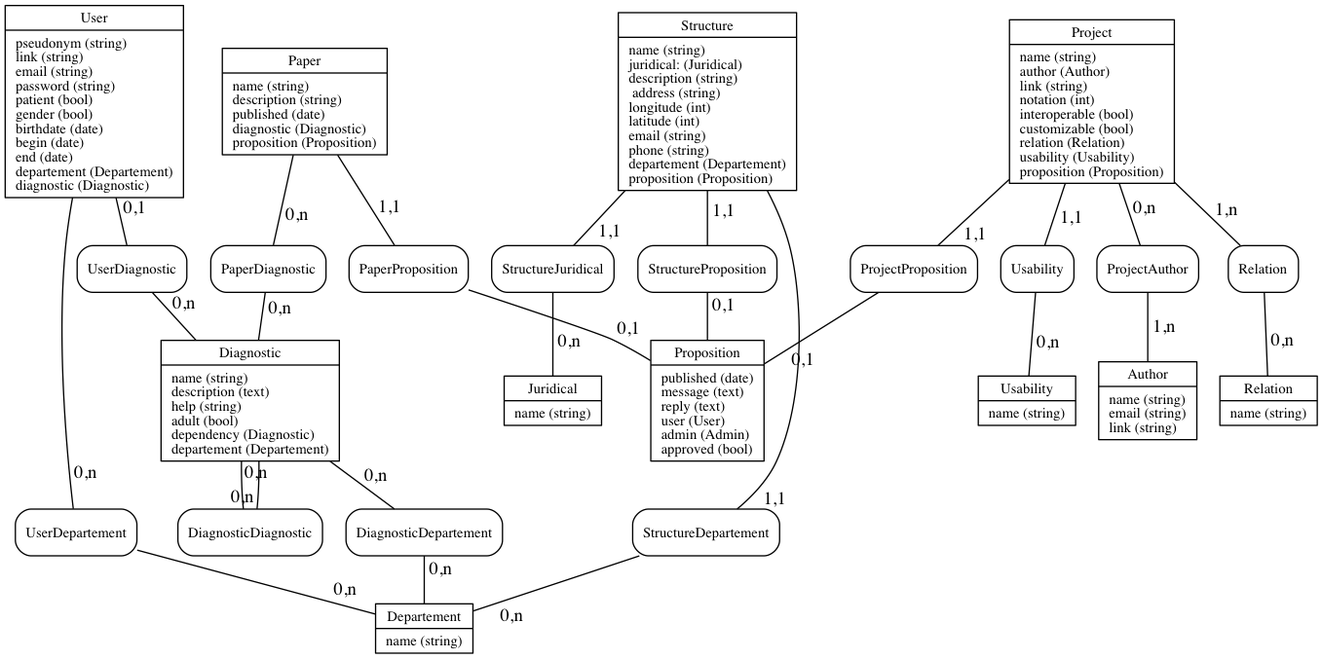
Earlier version of the Graphviz export mcd.png (adjivas/site-ref). Its source is kept beside it as mcd.dot. Its diagram source:
```dot
graph siteRef {

	splines = true;
	overlap = scalexy;
	node [fontsize = 11];


	nodeTablePaper [label = "{
		Paper
			|
				name (string)\l
				description (string)\l
				published (date)\l
				diagnostic (Diagnostic)\l
				proposition (Proposition)\l
	}", shape=record];

	nodeTableStructure [label = "{
		Structure
		  |
				name (string)\l
				juridical: (Juridical)\l
				description (string)\l
                                address (string)\l
				longitude (int)\l
				latitude (int)\l
				email (string)\l
				phone (string)\l
				departement (Departement)\l
				proposition (Proposition)\l
	}", shape=record];

	nodeTableJuridical [label = "{
		Juridical
		  |
				name (string)\l
	}", shape=record];

	nodeTableDepartement [label = "{
		Departement
		  |
				name (string)\l
	}", shape=record];

	nodeTableProject [label = "{
		Project
		  |
				name (string)\l
				author (Author)\l
				link (string)\l
				notation (int)\l
				interoperable (bool)\l
				customizable (bool)\l
				relation (Relation)\l
				usability (Usability)\l
				proposition (Proposition)\l
	}", shape=record];

	nodeTableAuthor [label = "{
		Author
			|
				name (string)\l
				email (string)\l
				link (string)\l
	}", shape=record];

	nodeTableRelation [label = "{
		Relation
			|
				name (string)\l
	}", shape=record];

	nodeTableUsability [label = "{
		Usability
			|
				name (string)\l
	}", shape=record];

	nodeTableProposition [label = "{
		Proposition
			|
				published (date)\l
				message (text)\l
				reply (text)\l
				user (User)\l
				admin (Admin)\l
				approved (bool)\l
	}", shape=record];

	nodeTableDiagnostic [label = "{
		Diagnostic
			|
				name (string)\l
				description (text)\l
				help (string)\l
				adult (bool)\l
				dependency (Diagnostic)\l
				departement (Departement)\l
	}", shape=record];

	nodeTableUser [label = "{
		User
			|
				pseudonym (string)\l
				link (string)\l
				email (string)\l
				password (string)\l
				patient (bool)\l
				gender (bool)\l
				birthdate (date)\l
				begin (date)\l
				end (date)\l
				departement (Departement)\l
				diagnostic (Diagnostic)\l
	}", shape=record];


	nodeRelationPaperDiagnostic [label = "{PaperDiagnostic}", shape = Mrecord];
	nodeRelationPaperProposition [label = "{PaperProposition}", shape = Mrecord];
	nodeRelationStructureJuridical [label = "{StructureJuridical}", shape = Mrecord];
	nodeRelationStructureDepartement [label = "{StructureDepartement}", shape = Mrecord];
	nodeRelationStructureProposition [label = "{StructureProposition}", shape = Mrecord];
	nodeRelationProjectRelation [label = "{Relation}", shape = Mrecord];
	nodeRelationProjectUsability [label = "{Usability}", shape = Mrecord];
	nodeRelationProjectProposition [label = "{ProjectProposition}", shape = Mrecord];
	nodeRelationProjectAuthor [label = "{ProjectAuthor}", shape = Mrecord];
	nodeRelationDiagnosticDiagnostic [label = "{DiagnosticDiagnostic}", shape = Mrecord];
	nodeRelationDiagnosticDepartement [label = "{DiagnosticDepartement}", shape = Mrecord];
	nodeRelationUserDepartement [label = "{UserDepartement}", shape = Mrecord];
	nodeRelationUserDiagnostic [label = "{UserDiagnostic}", shape = Mrecord];


	nodeTablePaper -- nodeRelationPaperDiagnostic [headlabel = "0,n", labeldistance = 3];
	nodeRelationPaperDiagnostic -- nodeTableDiagnostic [headlabel = "0,n", labeldistance = 3];
	nodeTablePaper -- nodeRelationPaperProposition [headlabel = "1,1", labeldistance = 3];
	nodeRelationPaperProposition -- nodeTableProposition [headlabel = "0,1", labeldistance = 3];
	nodeTableStructure -- nodeRelationStructureJuridical [headlabel = "1,1", labeldistance = 3];
	nodeRelationStructureJuridical -- nodeTableJuridical [headlabel = "0,n", labeldistance = 3];
	nodeTableStructure -- nodeRelationStructureDepartement [headlabel = "1,1", labeldistance = 3];
	nodeRelationStructureDepartement -- nodeTableDepartement [headlabel = "0,n", labeldistance = 3];
	nodeTableStructure -- nodeRelationStructureProposition [headlabel = "1,1", labeldistance = 3];
	nodeRelationStructureProposition -- nodeTableProposition [headlabel = "0,1", labeldistance = 3];
	nodeTableProject -- nodeRelationProjectRelation [headlabel = "1,n", labeldistance = 3];
	nodeRelationProjectRelation -- nodeTableRelation [headlabel = "0,n", labeldistance = 3];
	nodeTableProject -- nodeRelationProjectUsability [headlabel = "1,1", labeldistance = 3];
	nodeRelationProjectUsability -- nodeTableUsability [headlabel = "0,n", labeldistance = 3];
	nodeTableProject -- nodeRelationProjectProposition [headlabel = "1,1", labeldistance = 3];
	nodeRelationProjectProposition -- nodeTableProposition [headlabel = "0,1", labeldistance = 3];
	nodeTableProject -- nodeRelationProjectAuthor [headlabel = "0,n", labeldistance = 3];
	nodeRelationProjectAuthor -- nodeTableAuthor [headlabel = "1,n", labeldistance = 3];
	nodeTableDiagnostic -- nodeRelationDiagnosticDiagnostic [headlabel = "0,n", labeldistance = 3];
	nodeRelationDiagnosticDiagnostic -- nodeTableDiagnostic [headlabel = "0,n", labeldistance = 3];
	nodeTableDiagnostic -- nodeRelationDiagnosticDepartement [headlabel = "0,n", labeldistance = 3];
	nodeRelationDiagnosticDepartement -- nodeTableDepartement [headlabel = "0,n", labeldistance = 3];
	nodeTableUser -- nodeRelationUserDepartement [headlabel = "0,n", labeldistance = 3];
	nodeRelationUserDepartement -- nodeTableDepartement [headlabel = "0,n", labeldistance = 3];
	nodeTableUser -- nodeRelationUserDiagnostic [headlabel = "0,1", labeldistance = 3];
	nodeRelationUserDiagnostic -- nodeTableDiagnostic [headlabel = "0,n", labeldistance = 3];
}
```
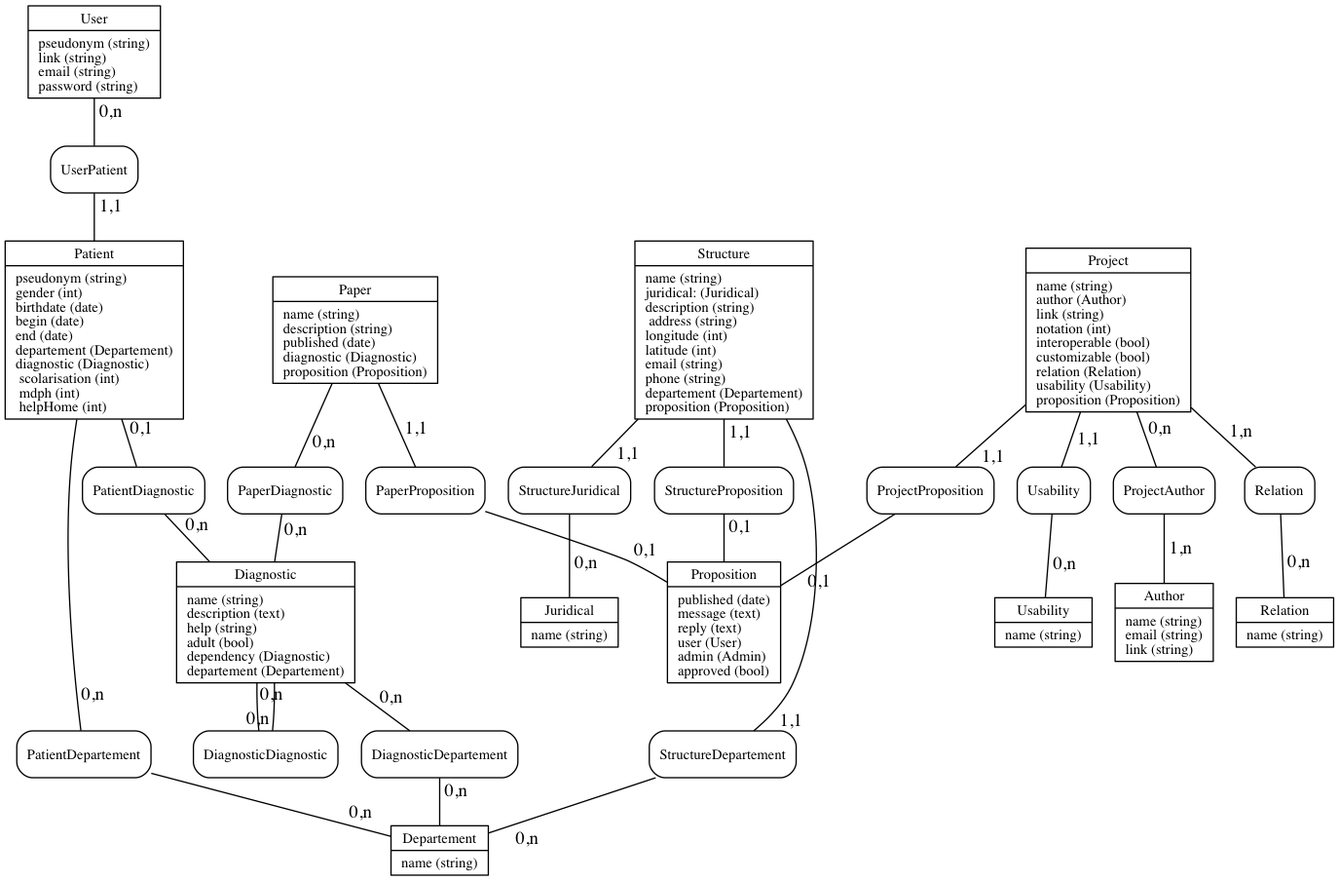
After the commit.

What changed in the source:
```diff
@@ -105,13 +105,21 @@
 				link (string)\l
 				email (string)\l
 				password (string)\l
-				patient (bool)\l
-				gender (bool)\l
+	}", shape=record];
+
+    nodeTablePatient [label = "{
+		Patient
+		    |
+			    pseudonym (string)\l
+				gender (int)\l
 				birthdate (date)\l
 				begin (date)\l
 				end (date)\l
 				departement (Departement)\l
 				diagnostic (Diagnostic)\l
+                scolarisation (int)\l
+                mdph (int)\l
+                helpHome (int)\l
 	}", shape=record];
 
 
@@ -126,8 +134,9 @@
 	nodeRelationProjectAuthor [label = "{ProjectAuthor}", shape = Mrecord];
 	nodeRelationDiagnosticDiagnostic [label = "{DiagnosticDiagnostic}", shape = Mrecord];
 	nodeRelationDiagnosticDepartement [label = "{DiagnosticDepartement}", shape = Mrecord];
-	nodeRelationUserDepartement [label = "{UserDepartement}", shape = Mrecord];
-	nodeRelationUserDiagnostic [label = "{UserDiagnostic}", shape = Mrecord];
+	nodeRelationPatientDepartement [label = "{PatientDepartement}", shape = Mrecord];
+	nodeRelationPatientDiagnostic [label = "{PatientDiagnostic}", shape = Mrecord];
+	nodeRelationUserPatient [label = "{UserPatient}", shape = Mrecord];
 
 
 	nodeTablePaper -- nodeRelationPaperDiagnostic [headlabel = "0,n", labeldistance = 3];
@@ -152,8 +161,10 @@
 	nodeRelationDiagnosticDiagnostic -- nodeTableDiagnostic [headlabel = "0,n", labeldistance = 3];
 	nodeTableDiagnostic -- nodeRelationDiagnosticDepartement [headlabel = "0,n", labeldistance = 3];
 	nodeRelationDiagnosticDepartement -- nodeTableDepartement [headlabel = "0,n", labeldistance = 3];
-	nodeTableUser -- nodeRelationUserDepartement [headlabel = "0,n", labeldistance = 3];
-	nodeRelationUserDepartement -- nodeTableDepartement [headlabel = "0,n", labeldistance = 3];
-	nodeTableUser -- nodeRelationUserDiagnostic [headlabel = "0,1", labeldistance = 3];
-	nodeRelationUserDiagnostic -- nodeTableDiagnostic [headlabel = "0,n", labeldistance = 3];
+	nodeTablePatient -- nodeRelationPatientDepartement [headlabel = "0,n", labeldistance = 3];
+	nodeRelationPatientDepartement -- nodeTableDepartement [headlabel = "0,n", labeldistance = 3];
+	nodeTablePatient -- nodeRelationPatientDiagnostic [headlabel = "0,1", labeldistance = 3];
+	nodeRelationPatientDiagnostic -- nodeTableDiagnostic [headlabel = "0,n", labeldistance = 3];
+	nodeTableUser -- nodeRelationUserPatient [headlabel = "0,n", labeldistance = 3];
+	nodeRelationUserPatient -- nodeTablePatient [headlabel = "1,1", labeldistance = 3];
 }
```
